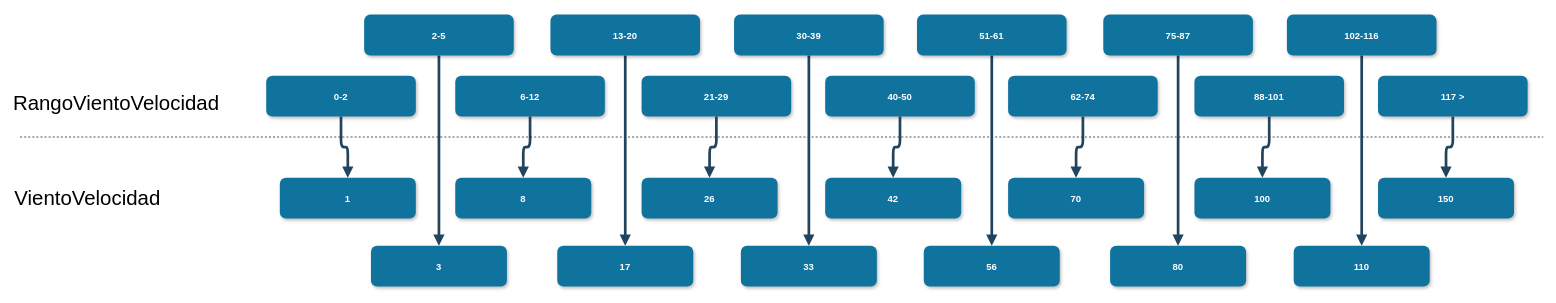
This is 2. Diseño conceptual/vientovelocidad_example.drawio from gonzalomelov/dw-calidad-aire-docs, a draw.io file, before an edit. Source tidied: cells renumbered, new cells numbered last; positions are measured from the earlier drawing's top-left corner, leaving out a move shared by most shapes. Both pictures are drawn from the tidied source at 68%, with x=0, y=0 at pixel (12, 14).
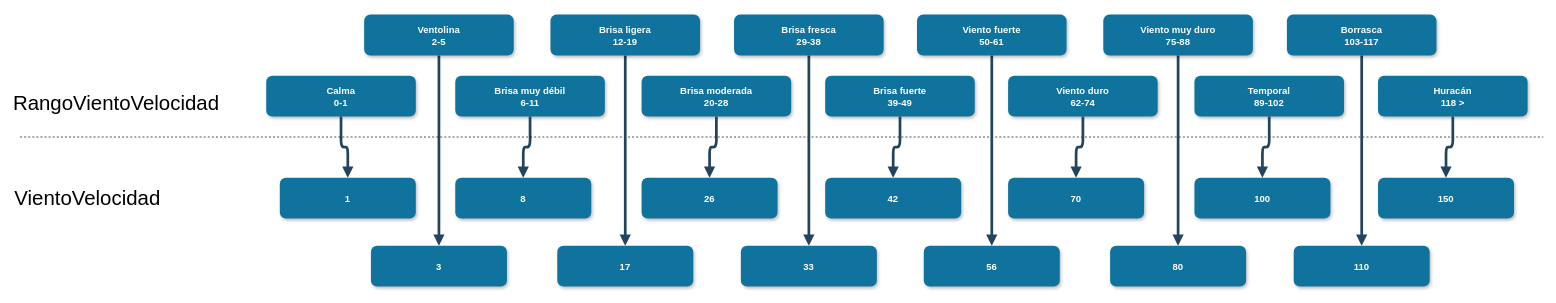
The same page after the edit.

What changed in the source:
```diff
@@
-    <mxCell id="2" value="0-2" style="rounded=1;fillColor=#10739E;strokeColor=none;shadow=1;gradientColor=none;fontStyle=1;fontColor=#FFFFFF;fontSize=14;" parent="1" vertex="1">
+    <mxCell id="2" value="Calma&#10;0-1" style="rounded=1;fillColor=#10739E;strokeColor=none;shadow=1;gradientColor=none;fontStyle=1;fontColor=#FFFFFF;fontSize=14;" parent="1" vertex="1">
       <mxGeometry x="374" y="90" width="220" height="60" as="geometry" />
     </mxCell>
@@
-    <mxCell id="7" value="6-12" style="rounded=1;fillColor=#10739E;strokeColor=none;shadow=1;gradientColor=none;fontStyle=1;fontColor=#FFFFFF;fontSize=14;" parent="1" vertex="1">
+    <mxCell id="7" value="Brisa muy débil&#10;6-11" style="rounded=1;fillColor=#10739E;strokeColor=none;shadow=1;gradientColor=none;fontStyle=1;fontColor=#FFFFFF;fontSize=14;" parent="1" vertex="1">
       <mxGeometry x="652" y="90" width="220" height="60" as="geometry" />
     </mxCell>
@@
-    <mxCell id="13" value="2-5" style="rounded=1;fillColor=#10739E;strokeColor=none;shadow=1;gradientColor=none;fontStyle=1;fontColor=#FFFFFF;fontSize=14;" parent="1" vertex="1">
+    <mxCell id="13" value="Ventolina&#10;2-5" style="rounded=1;fillColor=#10739E;strokeColor=none;shadow=1;gradientColor=none;fontStyle=1;fontColor=#FFFFFF;fontSize=14;" parent="1" vertex="1">
       <mxGeometry x="518" width="220" height="60" as="geometry" />
     </mxCell>
@@
-    <mxCell id="16" value="21-29" style="rounded=1;fillColor=#10739E;strokeColor=none;shadow=1;gradientColor=none;fontStyle=1;fontColor=#FFFFFF;fontSize=14;" parent="1" vertex="1">
+    <mxCell id="16" value="Brisa moderada&#10;20-28" style="rounded=1;fillColor=#10739E;strokeColor=none;shadow=1;gradientColor=none;fontStyle=1;fontColor=#FFFFFF;fontSize=14;" parent="1" vertex="1">
       <mxGeometry x="926" y="90" width="220" height="60" as="geometry" />
     </mxCell>
@@
-    <mxCell id="19" value="13-20" style="rounded=1;fillColor=#10739E;strokeColor=none;shadow=1;gradientColor=none;fontStyle=1;fontColor=#FFFFFF;fontSize=14;" parent="1" vertex="1">
+    <mxCell id="19" value="Brisa ligera&#10;12-19" style="rounded=1;fillColor=#10739E;strokeColor=none;shadow=1;gradientColor=none;fontStyle=1;fontColor=#FFFFFF;fontSize=14;" parent="1" vertex="1">
       <mxGeometry x="792" width="220" height="60" as="geometry" />
     </mxCell>
@@
-    <mxCell id="22" value="40-50" style="rounded=1;fillColor=#10739E;strokeColor=none;shadow=1;gradientColor=none;fontStyle=1;fontColor=#FFFFFF;fontSize=14;" parent="1" vertex="1">
+    <mxCell id="22" value="Brisa fuerte&#10;39-49" style="rounded=1;fillColor=#10739E;strokeColor=none;shadow=1;gradientColor=none;fontStyle=1;fontColor=#FFFFFF;fontSize=14;" parent="1" vertex="1">
       <mxGeometry x="1196" y="90" width="220" height="60" as="geometry" />
     </mxCell>
@@
-    <mxCell id="25" value="30-39" style="rounded=1;fillColor=#10739E;strokeColor=none;shadow=1;gradientColor=none;fontStyle=1;fontColor=#FFFFFF;fontSize=14;" parent="1" vertex="1">
+    <mxCell id="25" value="Brisa fresca&#10;29-38" style="rounded=1;fillColor=#10739E;strokeColor=none;shadow=1;gradientColor=none;fontStyle=1;fontColor=#FFFFFF;fontSize=14;" parent="1" vertex="1">
       <mxGeometry x="1062" width="220" height="60" as="geometry" />
     </mxCell>
@@
-    <mxCell id="28" value="62-74" style="rounded=1;fillColor=#10739E;strokeColor=none;shadow=1;gradientColor=none;fontStyle=1;fontColor=#FFFFFF;fontSize=14;" parent="1" vertex="1">
+    <mxCell id="28" value="Viento duro&#10;62-74" style="rounded=1;fillColor=#10739E;strokeColor=none;shadow=1;gradientColor=none;fontStyle=1;fontColor=#FFFFFF;fontSize=14;" parent="1" vertex="1">
       <mxGeometry x="1465" y="90" width="220" height="60" as="geometry" />
     </mxCell>
@@
-    <mxCell id="31" value="51-61" style="rounded=1;fillColor=#10739E;strokeColor=none;shadow=1;gradientColor=none;fontStyle=1;fontColor=#FFFFFF;fontSize=14;" parent="1" vertex="1">
+    <mxCell id="31" value="Viento fuerte&#10;50-61" style="rounded=1;fillColor=#10739E;strokeColor=none;shadow=1;gradientColor=none;fontStyle=1;fontColor=#FFFFFF;fontSize=14;" parent="1" vertex="1">
       <mxGeometry x="1331" width="220" height="60" as="geometry" />
     </mxCell>
@@
-    <mxCell id="34" value="88-101" style="rounded=1;fillColor=#10739E;strokeColor=none;shadow=1;gradientColor=none;fontStyle=1;fontColor=#FFFFFF;fontSize=14;" parent="1" vertex="1">
+    <mxCell id="34" value="Temporal&#10;89-102" style="rounded=1;fillColor=#10739E;strokeColor=none;shadow=1;gradientColor=none;fontStyle=1;fontColor=#FFFFFF;fontSize=14;" parent="1" vertex="1">
       <mxGeometry x="1739" y="90" width="220" height="60" as="geometry" />
     </mxCell>
@@
-    <mxCell id="37" value="75-87" style="rounded=1;fillColor=#10739E;strokeColor=none;shadow=1;gradientColor=none;fontStyle=1;fontColor=#FFFFFF;fontSize=14;" parent="1" vertex="1">
+    <mxCell id="37" value="Viento muy duro&#10;75-88" style="rounded=1;fillColor=#10739E;strokeColor=none;shadow=1;gradientColor=none;fontStyle=1;fontColor=#FFFFFF;fontSize=14;" parent="1" vertex="1">
       <mxGeometry x="1605" width="220" height="60" as="geometry" />
     </mxCell>
@@
-    <mxCell id="40" value="117 &gt;" style="rounded=1;fillColor=#10739E;strokeColor=none;shadow=1;gradientColor=none;fontStyle=1;fontColor=#FFFFFF;fontSize=14;" parent="1" vertex="1">
+    <mxCell id="40" value="Huracán&#10;118 &gt;" style="rounded=1;fillColor=#10739E;strokeColor=none;shadow=1;gradientColor=none;fontStyle=1;fontColor=#FFFFFF;fontSize=14;" parent="1" vertex="1">
       <mxGeometry x="2009" y="90" width="220" height="60" as="geometry" />
     </mxCell>
@@
-    <mxCell id="43" value="102-116" style="rounded=1;fillColor=#10739E;strokeColor=none;shadow=1;gradientColor=none;fontStyle=1;fontColor=#FFFFFF;fontSize=14;" parent="1" vertex="1">
+    <mxCell id="43" value="Borrasca&#10;103-117" style="rounded=1;fillColor=#10739E;strokeColor=none;shadow=1;gradientColor=none;fontStyle=1;fontColor=#FFFFFF;fontSize=14;" parent="1" vertex="1">
       <mxGeometry x="1875" width="220" height="60" as="geometry" />
     </mxCell>
```
